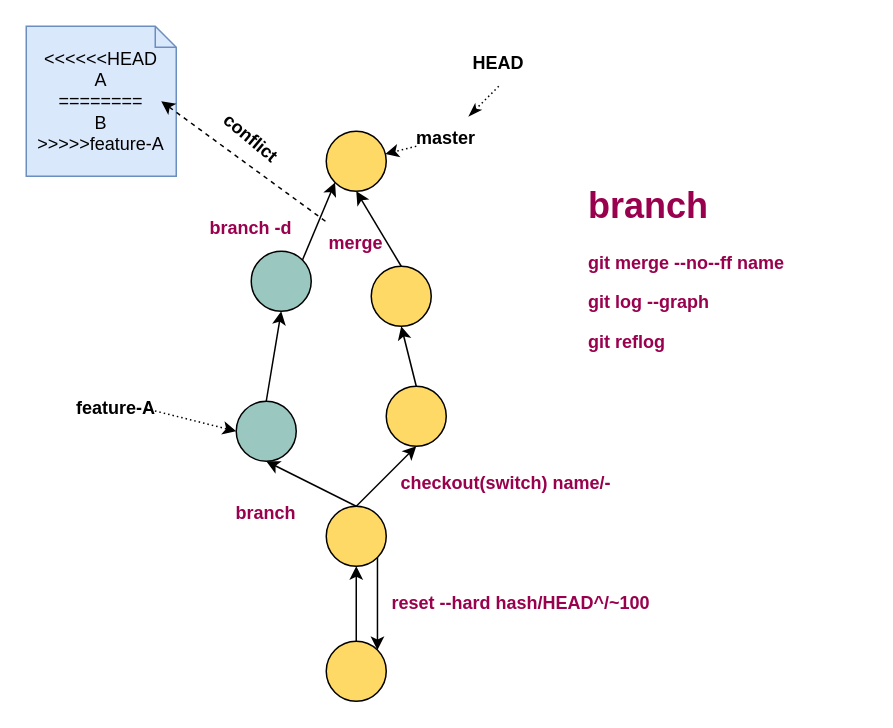
The draw.io diagram gitbranch.drawio in buyouS/draw, before the edit. Source tidied: cells renumbered, new cells numbered last; positions are measured from the earlier drawing's top-left corner, leaving out a move shared by most shapes. Both pictures are drawn from the tidied source at 150%, with x=0, y=0 at pixel (26, 26).
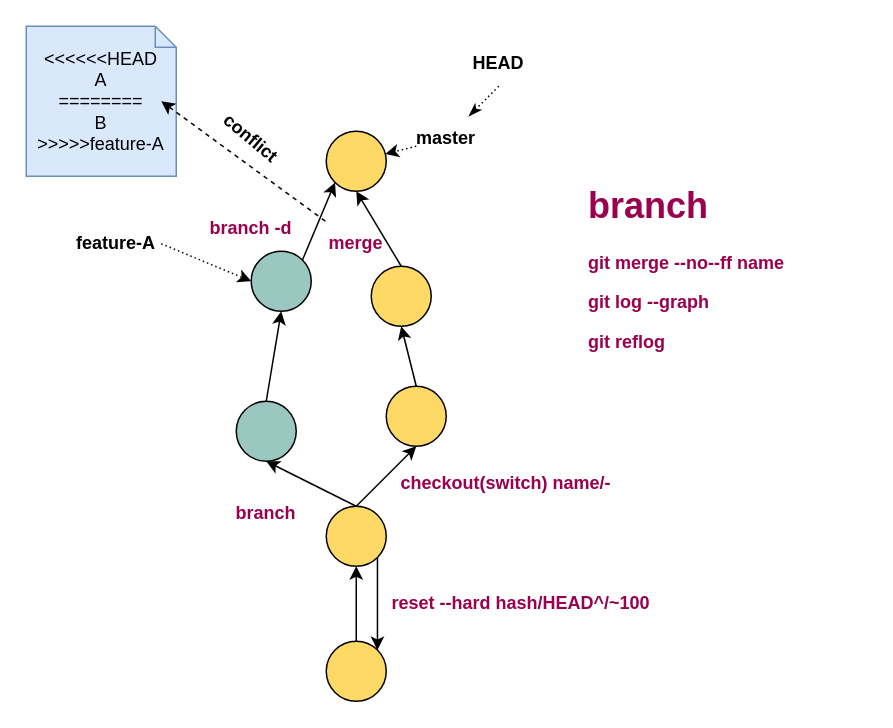
The same diagram, later.

Unchanged cells that the change refers to:
```xml
<mxCell id="9" style="ellipse;whiteSpace=wrap;html=1;fillColor=#9AC7BF;" parent="1" vertex="1">
  <mxGeometry x="140" y="250" width="40" height="40" as="geometry" />
</mxCell>
<mxCell id="13" style="ellipse;whiteSpace=wrap;html=1;fillColor=#9AC7BF;" parent="1" vertex="1">
  <mxGeometry x="150" y="150" width="40" height="40" as="geometry" />
</mxCell>
```

Change to the diagram source:
```diff
@@
-    <mxCell id="24" style="edgeStyle=none;rounded=0;jettySize=auto;html=1;entryX=0;entryY=0.5;entryDx=0;entryDy=0;fontColor=#000000;dashed=1;dashPattern=1 2;" parent="1" edge="1" target="9">
-      <mxGeometry relative="1" as="geometry">
-        <mxPoint x="80" y="255" as="sourcePoint" />
-      </mxGeometry>
-    </mxCell>
+    <mxCell id="32" style="edgeStyle=none;rounded=0;jettySize=auto;html=1;exitX=1;exitY=0.5;exitDx=0;exitDy=0;entryX=0;entryY=0.5;entryDx=0;entryDy=0;dashed=1;dashPattern=1 2;" parent="1" edge="1" source="25" target="13">
+      <mxGeometry relative="1" as="geometry" />
+    </mxCell>
     <mxCell id="25" value="&lt;font color=&quot;#000000&quot;&gt;&lt;b&gt;feature-A&lt;/b&gt;&lt;/font&gt;" style="text;html=1;strokeColor=none;fillColor=none;align=center;verticalAlign=middle;whiteSpace=wrap;rounded=0;fontColor=#99004D;" parent="1" vertex="1">
-      <mxGeometry x="30" y="240" width="60" height="30" as="geometry" />
+      <mxGeometry x="30" y="130" width="60" height="30" as="geometry" />
     </mxCell>
```
